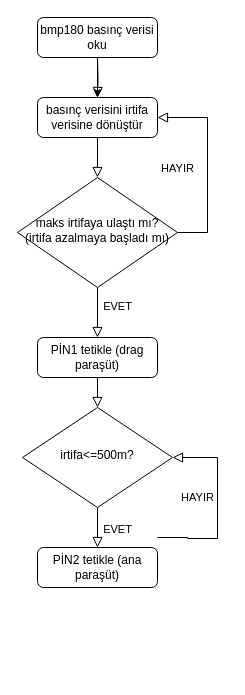
Above: bmp180_flowchart.drawio in berat01yavuz/YRT_Yazilim_BMP180_Kurtarma (draw.io), before the change. Source tidied: cells renumbered, new cells numbered last; positions are measured from the earlier drawing's top-left corner, leaving out a move shared by most shapes. Both pictures are drawn from the tidied source at 100%, with x=0, y=0 at pixel (17, 17).
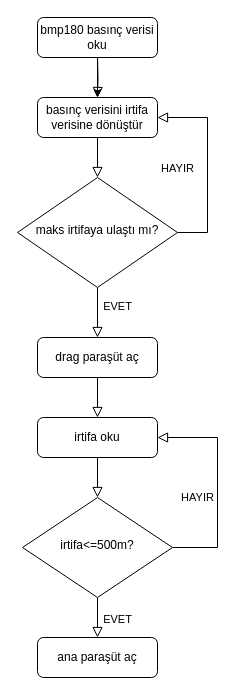
After the change.

The edit, as a diff of the source:
```diff
@@
-    <mxCell id="6" value="maks irtifaya ulaştı mı? (irtifa azalmaya başladı mı)" style="rhombus;whiteSpace=wrap;html=1;shadow=0;fontFamily=Helvetica;fontSize=12;align=center;strokeWidth=1;spacing=6;spacingTop=-4;" parent="1" vertex="1">
+    <mxCell id="6" value="maks irtifaya ulaştı mı?" style="rhombus;whiteSpace=wrap;html=1;shadow=0;fontFamily=Helvetica;fontSize=12;align=center;strokeWidth=1;spacing=6;spacingTop=-4;" parent="1" vertex="1">
       <mxGeometry y="160" width="160" height="110" as="geometry" />
     </mxCell>
@@
-    <mxCell id="8" value="PİN2 tetikle (ana paraşüt)" style="rounded=1;whiteSpace=wrap;html=1;fontSize=12;glass=0;strokeWidth=1;shadow=0;" parent="1" vertex="1">
-      <mxGeometry x="20" y="530" width="120" height="40" as="geometry" />
+    <mxCell id="8" value="ana paraşüt aç" style="rounded=1;whiteSpace=wrap;html=1;fontSize=12;glass=0;strokeWidth=1;shadow=0;" parent="1" vertex="1">
+      <mxGeometry x="20" y="620" width="120" height="40" as="geometry" />
     </mxCell>
@@
-    <mxCell id="12" value="PİN1 tetikle (drag paraşüt)" style="rounded=1;whiteSpace=wrap;html=1;fontSize=12;glass=0;strokeWidth=1;shadow=0;" parent="1" vertex="1">
+    <mxCell id="12" value="drag paraşüt aç" style="rounded=1;whiteSpace=wrap;html=1;fontSize=12;glass=0;strokeWidth=1;shadow=0;" parent="1" vertex="1">
       <mxGeometry x="20" y="320" width="120" height="40" as="geometry" />
     </mxCell>
     <mxCell id="13" value="irtifa&amp;lt;=500m?" style="rhombus;whiteSpace=wrap;html=1;shadow=0;fontFamily=Helvetica;fontSize=12;align=center;strokeWidth=1;spacing=6;spacingTop=-4;" parent="1" vertex="1">
-      <mxGeometry x="5" y="390" width="150" height="100" as="geometry" />
+      <mxGeometry x="5" y="480" width="150" height="100" as="geometry" />
     </mxCell>
-    <mxCell id="14" style="rounded=0;html=1;jettySize=auto;fontSize=11;endArrow=block;endFill=0;endSize=8;strokeWidth=1;shadow=0;labelBackgroundColor=none;edgeStyle=orthogonalEdgeStyle;entryX=0.5;entryY=0;entryDx=0;entryDy=0;" parent="1" edge="1" target="13">
-      <mxGeometry x="0.33" y="20" relative="1" as="geometry">
-        <mxPoint x="80" y="360" as="sourcePoint" />
-      </mxGeometry>
+    <mxCell id="14" style="rounded=0;html=1;jettySize=auto;fontSize=11;endArrow=block;endFill=0;endSize=8;strokeWidth=1;shadow=0;labelBackgroundColor=none;edgeStyle=orthogonalEdgeStyle;entryX=0.5;entryY=0;entryDx=0;entryDy=0;exitX=0.5;exitY=1;exitDx=0;exitDy=0;" parent="1" edge="1" source="16" target="13">
+      <mxGeometry x="0.33" y="20" relative="1" as="geometry" />
     </mxCell>
-    <mxCell id="15" value="HAYIR" style="edgeStyle=orthogonalEdgeStyle;rounded=0;html=1;jettySize=auto;fontSize=11;endArrow=block;endFill=0;endSize=8;strokeWidth=1;shadow=0;labelBackgroundColor=none;entryX=1;entryY=0.5;entryDx=0;entryDy=0;" parent="1" edge="1" target="13">
-      <mxGeometry x="0.09" y="20" relative="1" as="geometry">
-        <mxPoint x="140" y="520" as="sourcePoint" />
+    <mxCell id="15" value="HAYIR" style="edgeStyle=orthogonalEdgeStyle;rounded=0;html=1;jettySize=auto;fontSize=11;endArrow=block;endFill=0;endSize=8;strokeWidth=1;shadow=0;labelBackgroundColor=none;entryX=1;entryY=0.5;entryDx=0;entryDy=0;exitX=1;exitY=0.5;exitDx=0;exitDy=0;" parent="1" edge="1" source="13" target="16">
+      <mxGeometry x="-0.12" y="20" relative="1" as="geometry">
         <Array as="points">
-          <mxPoint x="170" y="520" />
-          <mxPoint x="200" y="521" />
-          <mxPoint x="200" y="440" />
+          <mxPoint x="200" y="530" />
+          <mxPoint x="200" y="420" />
         </Array>
       </mxGeometry>
     </mxCell>
+    <mxCell id="16" value="irtifa oku" style="rounded=1;whiteSpace=wrap;html=1;fontSize=12;glass=0;strokeWidth=1;shadow=0;" parent="1" vertex="1">
+      <mxGeometry x="20" y="400" width="120" height="40" as="geometry" />
+    </mxCell>
+    <mxCell id="17" style="rounded=0;html=1;jettySize=auto;fontSize=11;endArrow=block;endFill=0;endSize=8;strokeWidth=1;shadow=0;labelBackgroundColor=none;edgeStyle=orthogonalEdgeStyle;entryX=0.5;entryY=0;entryDx=0;entryDy=0;exitX=0.5;exitY=1;exitDx=0;exitDy=0;" parent="1" edge="1" source="12" target="16">
+      <mxGeometry x="0.33" y="20" relative="1" as="geometry" />
+    </mxCell>
```
